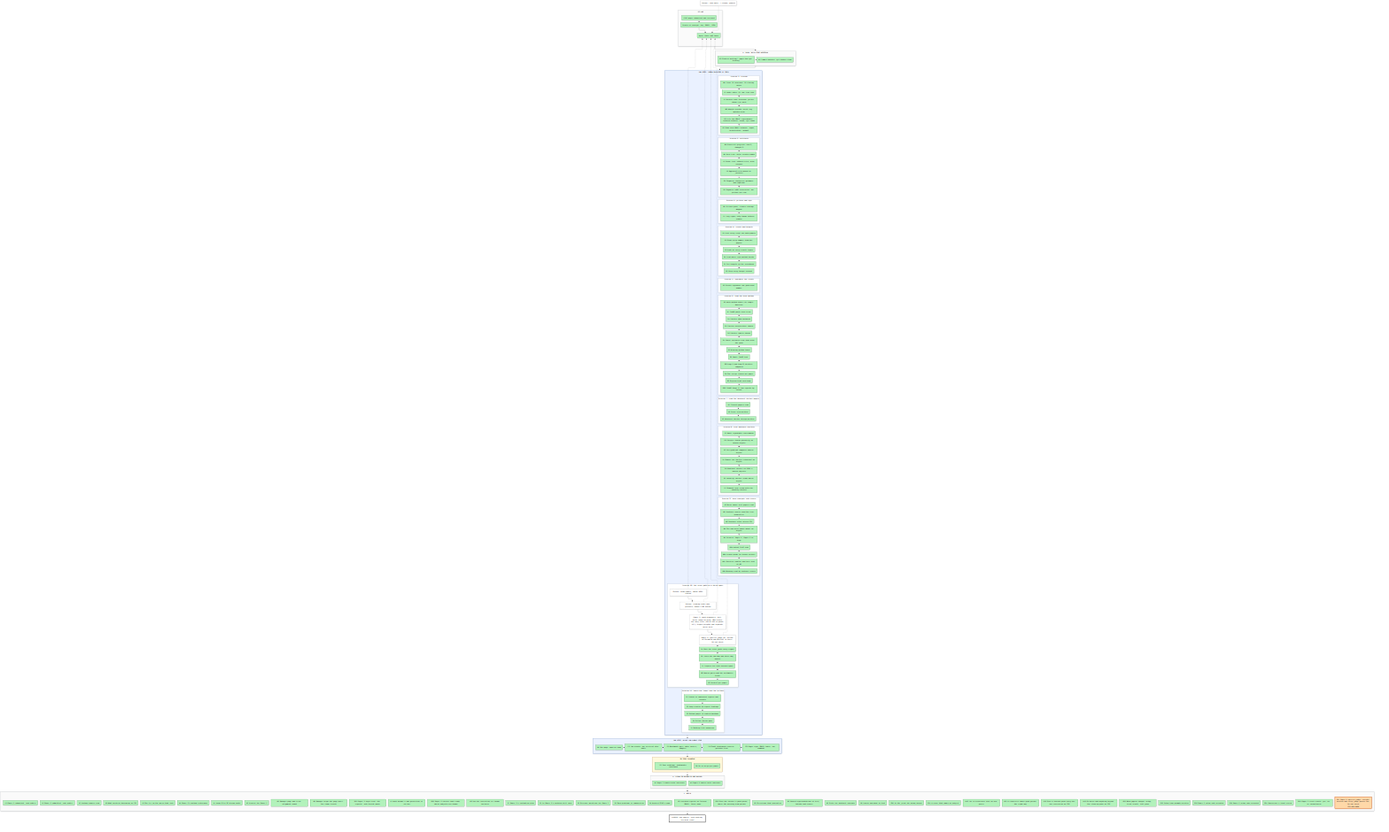
The Mermaid diagram artifacts/notes/progress/map.png in mo-rsa24/concept-composition, before a commit. Its source is kept beside it as artifacts/notes/progress/map.mmd.
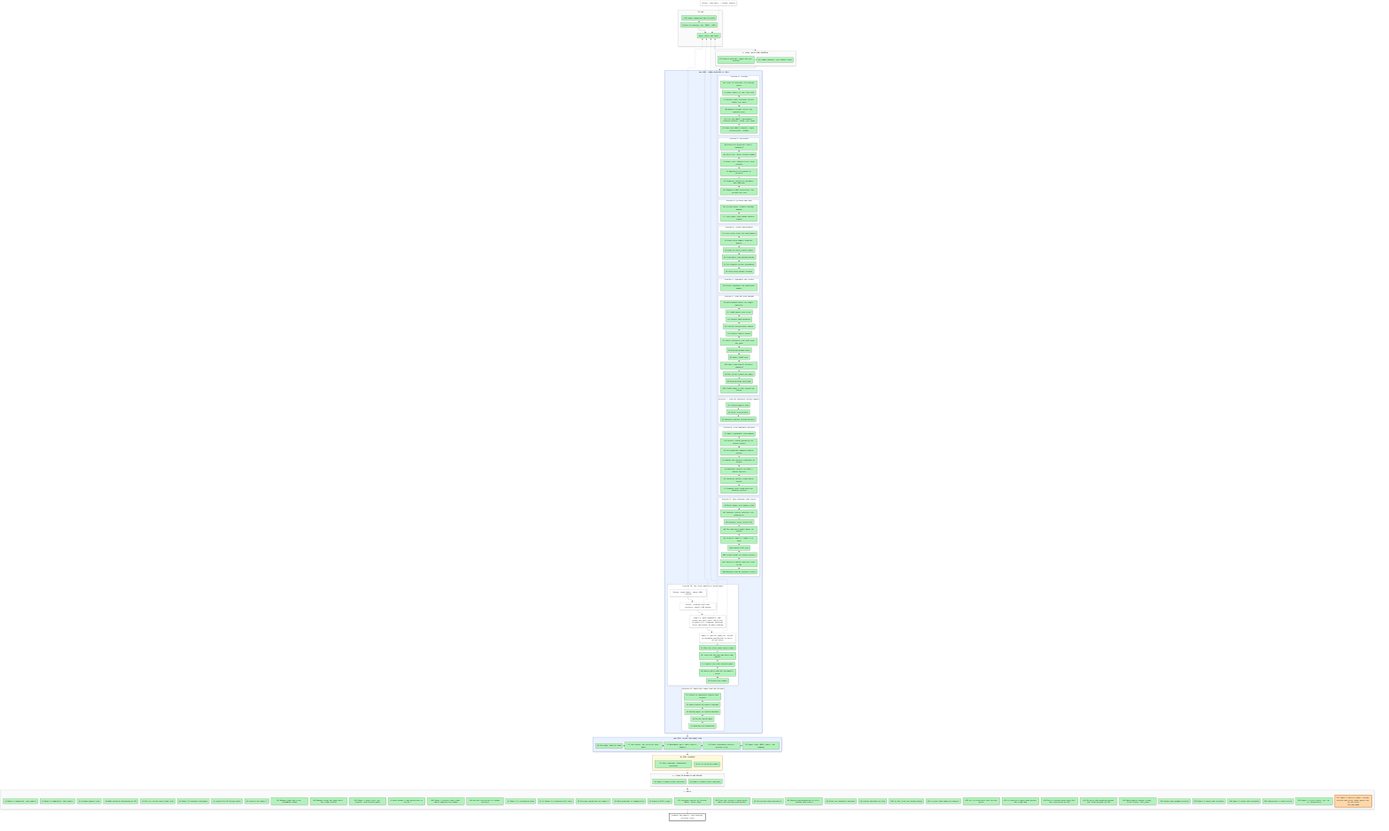
The same file after the commit.

Commit message:
Progress map: Paper 1's separate-noise test running

What changed in the source:
```diff
@@ -80,7 +80,7 @@
   X0["Detour: idea walk, 7 claims, paused"]:::detour -.-> P2
   X1["Detour: zoom-ladder, about 430k tokens"]:::detour -.-> P2
   X2["Detour: reading route and pictures, about 1.8M tokens"]:::detour -.-> P2
-  X3["Paper 1: push diagnosis; full noise range no help; 384 scenes the only lever (68 of 626 vs paste 517); higher weights and separate noise next"]:::detour -.-> P2
+  X3["Paper 1: push diagnosis; 384 scenes the only lever (68 of 626 vs paste 517); separate starting noise and higher weights running"]:::detour -.-> P2
   X4["Paper 2: species judge no; follow-on DreamSim and BioCLIP in their 64-cat check"]:::detour -.-> P2
   L1 ~~~ L2 ~~~ L3 ~~~ L4 ~~~ L5 ~~~ L6 ~~~ L7 ~~~ L8 ~~~ L9 ~~~ L10 ~~~ L11
   S0 --> SA --> LOOP --> JOIN --> CAL --> SE --> SF --> GOAL
```
